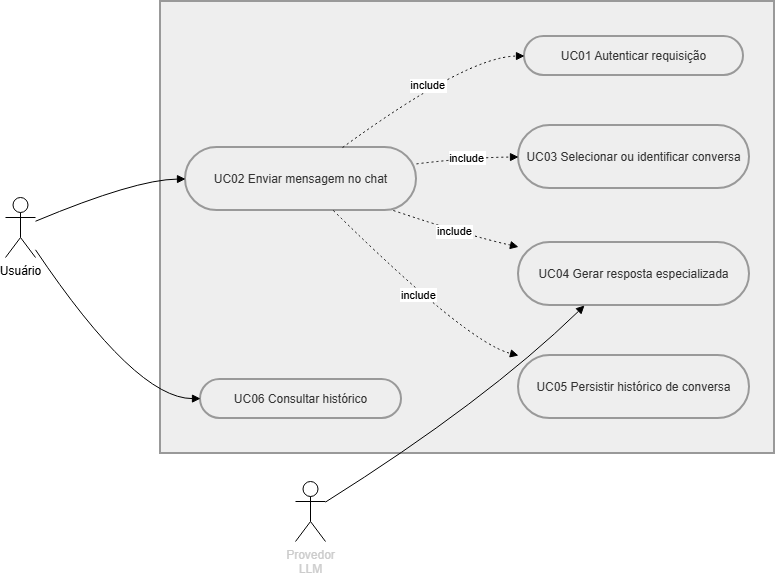
The draw.io diagram docs/img/Diagrama de casos de uso.png in PedroSatoru/ai-chat-agents, before a commit. Source tidied: cells renumbered, new cells last; positions are measured from the earlier drawing's top-left corner, leaving out a move shared by most shapes.
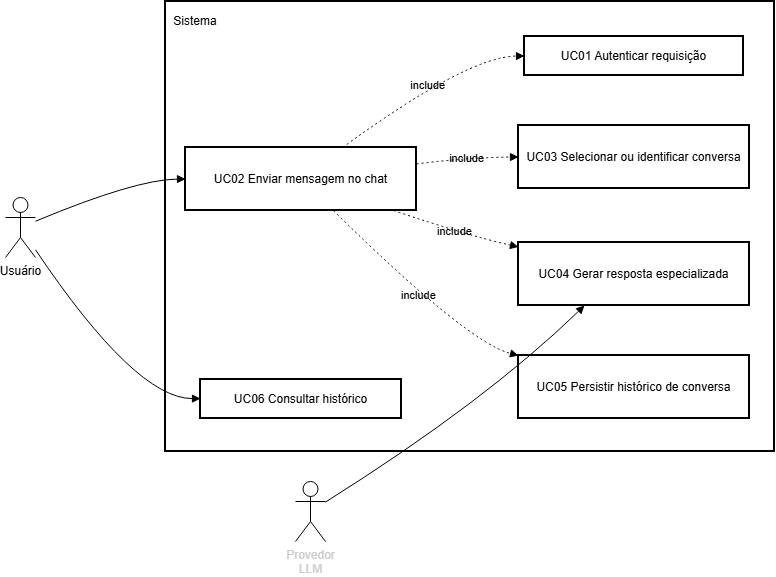
Above is the later version.

The edit, as a diff of the source:
```diff
@@ -1,82 +1,85 @@
-<mxGraphModel>
+<mxGraphModel background="#ffffff">
   <root>
     <mxCell id="0" />
     <mxCell id="1" parent="0" />
-    <mxCell id="2" style="whiteSpace=wrap;strokeWidth=2;fillColor=light-dark(#eeeeee,#1f2020);strokeColor=light-dark(#999999,#cccccc);fontColor=light-dark(#333333,#cccccc);" parent="1" vertex="1">
-      <mxGeometry x="155" width="614" height="452" as="geometry" />
+    <mxCell id="2" style="whiteSpace=wrap;strokeWidth=2;rounded=0;labelBackgroundColor=none;" parent="1" vertex="1">
+      <mxGeometry x="160" width="609" height="450" as="geometry" />
     </mxCell>
-    <mxCell id="3" value="UC01 Autenticar requisição" style="rounded=1;whiteSpace=wrap;arcSize=50;strokeWidth=2;fillColor=light-dark(#eeeeee,#1f2020);strokeColor=light-dark(#999999,#cccccc);fontColor=light-dark(#333333,#cccccc);" parent="1" vertex="1">
+    <mxCell id="3" value="UC01 Autenticar requisição" style="rounded=0;whiteSpace=wrap;arcSize=50;strokeWidth=2;labelBackgroundColor=none;" parent="1" vertex="1">
       <mxGeometry x="519" y="35" width="219" height="39" as="geometry" />
     </mxCell>
-    <mxCell id="4" value="UC02 Enviar mensagem no chat" style="rounded=1;whiteSpace=wrap;arcSize=50;strokeWidth=2;fillColor=light-dark(#eeeeee,#1f2020);strokeColor=light-dark(#999999,#cccccc);fontColor=light-dark(#333333,#cccccc);" parent="1" vertex="1">
+    <mxCell id="4" value="UC02 Enviar mensagem no chat" style="rounded=0;whiteSpace=wrap;arcSize=50;strokeWidth=2;labelBackgroundColor=none;" parent="1" vertex="1">
       <mxGeometry x="180" y="146" width="231" height="63" as="geometry" />
     </mxCell>
-    <mxCell id="5" value="UC03 Selecionar ou identificar conversa" style="rounded=1;whiteSpace=wrap;arcSize=50;strokeWidth=2;fillColor=light-dark(#eeeeee,#1f2020);strokeColor=light-dark(#999999,#cccccc);fontColor=light-dark(#333333,#cccccc);" parent="1" vertex="1">
+    <mxCell id="5" value="UC03 Selecionar ou identificar conversa" style="rounded=0;whiteSpace=wrap;arcSize=50;strokeWidth=2;labelBackgroundColor=none;" parent="1" vertex="1">
       <mxGeometry x="513" y="124" width="231" height="63" as="geometry" />
     </mxCell>
-    <mxCell id="6" value="UC04 Gerar resposta especializada" style="rounded=1;whiteSpace=wrap;arcSize=50;strokeWidth=2;fillColor=light-dark(#eeeeee,#1f2020);strokeColor=light-dark(#999999,#cccccc);fontColor=light-dark(#333333,#cccccc);" parent="1" vertex="1">
+    <mxCell id="6" value="UC04 Gerar resposta especializada" style="rounded=0;whiteSpace=wrap;arcSize=50;strokeWidth=2;labelBackgroundColor=none;" parent="1" vertex="1">
       <mxGeometry x="513" y="241" width="231" height="63" as="geometry" />
     </mxCell>
-    <mxCell id="7" value="UC05 Persistir histórico de conversa" style="rounded=1;whiteSpace=wrap;arcSize=50;strokeWidth=2;fillColor=light-dark(#eeeeee,#1f2020);strokeColor=light-dark(#999999,#cccccc);fontColor=light-dark(#333333,#cccccc);" parent="1" vertex="1">
+    <mxCell id="7" value="UC05 Persistir histórico de conversa" style="rounded=0;whiteSpace=wrap;arcSize=50;strokeWidth=2;labelBackgroundColor=none;" parent="1" vertex="1">
       <mxGeometry x="513" y="354" width="231" height="63" as="geometry" />
     </mxCell>
-    <mxCell id="8" value="UC06 Consultar histórico" style="rounded=1;whiteSpace=wrap;arcSize=50;strokeWidth=2;fillColor=light-dark(#eeeeee,#1f2020);strokeColor=light-dark(#999999,#cccccc);fontColor=light-dark(#333333,#cccccc);" parent="1" vertex="1">
+    <mxCell id="8" value="UC06 Consultar histórico" style="rounded=0;whiteSpace=wrap;arcSize=50;strokeWidth=2;labelBackgroundColor=none;" parent="1" vertex="1">
       <mxGeometry x="195" y="378" width="201" height="39" as="geometry" />
     </mxCell>
-    <mxCell id="9" style="curved=1;startArrow=none;endArrow=block;entryX=0;entryY=0.5;rounded=0;" parent="1" edge="1" source="16" target="4">
+    <mxCell id="9" style="curved=1;startArrow=none;endArrow=block;entryX=0;entryY=0.5;rounded=0;labelBackgroundColor=none;fontColor=default;" parent="1" edge="1" source="16" target="4">
       <mxGeometry relative="1" as="geometry">
         <Array as="points">
           <mxPoint x="130" y="178" />
         </Array>
       </mxGeometry>
     </mxCell>
-    <mxCell id="10" style="curved=1;startArrow=none;endArrow=block;entryX=0;entryY=0.49;rounded=0;" parent="1" edge="1" source="16" target="8">
+    <mxCell id="10" style="curved=1;startArrow=none;endArrow=block;entryX=0;entryY=0.49;rounded=0;labelBackgroundColor=none;fontColor=default;" parent="1" edge="1" source="16" target="8">
       <mxGeometry relative="1" as="geometry">
         <Array as="points">
           <mxPoint x="130" y="397" />
         </Array>
       </mxGeometry>
     </mxCell>
-    <mxCell id="11" style="curved=1;startArrow=none;endArrow=block;entryX=0.29;entryY=0.99;rounded=0;" parent="1" edge="1" source="17" target="6">
+    <mxCell id="11" style="curved=1;startArrow=none;endArrow=block;entryX=0.29;entryY=0.99;rounded=0;labelBackgroundColor=none;fontColor=default;" parent="1" edge="1" source="17" target="6">
       <mxGeometry relative="1" as="geometry">
         <Array as="points">
           <mxPoint x="480" y="400" />
         </Array>
       </mxGeometry>
     </mxCell>
-    <mxCell id="12" value="include" style="curved=1;dashed=1;dashPattern=2 3;startArrow=none;endArrow=block;exitX=0.68;exitY=0;entryX=0;entryY=0.5;rounded=0;" parent="1" edge="1" source="4" target="3">
+    <mxCell id="12" value="include" style="curved=1;dashed=1;dashPattern=2 3;startArrow=none;endArrow=block;exitX=0.68;exitY=0;entryX=0;entryY=0.5;rounded=0;labelBackgroundColor=none;fontColor=default;" parent="1" edge="1" source="4" target="3">
       <mxGeometry relative="1" as="geometry">
         <Array as="points">
           <mxPoint x="462" y="55" />
         </Array>
       </mxGeometry>
     </mxCell>
-    <mxCell id="13" value="include" style="curved=1;dashed=1;dashPattern=2 3;startArrow=none;endArrow=block;exitX=1;exitY=0.26;entryX=0;entryY=0.5;rounded=0;" parent="1" edge="1" source="4" target="5">
+    <mxCell id="13" value="include" style="curved=1;dashed=1;dashPattern=2 3;startArrow=none;endArrow=block;exitX=1;exitY=0.26;entryX=0;entryY=0.5;rounded=0;labelBackgroundColor=none;fontColor=default;" parent="1" edge="1" source="4" target="5">
       <mxGeometry relative="1" as="geometry">
         <Array as="points">
           <mxPoint x="462" y="156" />
         </Array>
       </mxGeometry>
     </mxCell>
-    <mxCell id="14" value="include" style="curved=1;dashed=1;dashPattern=2 3;startArrow=none;endArrow=block;exitX=0.9;exitY=1;entryX=0;entryY=0.07;rounded=0;" parent="1" edge="1" source="4" target="6">
+    <mxCell id="14" value="include" style="curved=1;dashed=1;dashPattern=2 3;startArrow=none;endArrow=block;exitX=0.9;exitY=1;entryX=0;entryY=0.07;rounded=0;labelBackgroundColor=none;fontColor=default;" parent="1" edge="1" source="4" target="6">
       <mxGeometry relative="1" as="geometry">
         <Array as="points">
           <mxPoint x="462" y="234" />
         </Array>
       </mxGeometry>
     </mxCell>
-    <mxCell id="15" value="include" style="curved=1;dashed=1;dashPattern=2 3;startArrow=none;endArrow=block;exitX=0.64;exitY=1;entryX=0;entryY=0;rounded=0;" parent="1" edge="1" source="4" target="7">
+    <mxCell id="15" value="include" style="curved=1;dashed=1;dashPattern=2 3;startArrow=none;endArrow=block;exitX=0.64;exitY=1;entryX=0;entryY=0;rounded=0;labelBackgroundColor=none;fontColor=default;" parent="1" edge="1" source="4" target="7">
       <mxGeometry relative="1" as="geometry">
         <Array as="points">
           <mxPoint x="462" y="341" />
         </Array>
       </mxGeometry>
     </mxCell>
-    <mxCell id="16" value="Usuário" style="shape=umlActor;verticalLabelPosition=bottom;verticalAlign=top;html=1;outlineConnect=0;" parent="1" vertex="1">
+    <mxCell id="16" value="Usuário" style="shape=umlActor;verticalLabelPosition=bottom;verticalAlign=top;html=1;outlineConnect=0;rounded=0;labelBackgroundColor=none;" parent="1" vertex="1">
       <mxGeometry y="196" width="30" height="60" as="geometry" />
     </mxCell>
-    <mxCell id="17" value="&lt;span style=&quot;text-wrap-mode: wrap;&quot;&gt;&lt;font style=&quot;color: light-dark(rgb(204, 204, 204), rgb(255, 255, 255));&quot;&gt;Provedor LLM&lt;/font&gt;&lt;/span&gt;" style="shape=umlActor;verticalLabelPosition=bottom;verticalAlign=top;html=1;outlineConnect=0;" parent="1" vertex="1">
+    <mxCell id="17" value="&lt;span style=&quot;text-wrap-mode: wrap;&quot;&gt;&lt;font style=&quot;color: light-dark(rgb(204, 204, 204), rgb(255, 255, 255));&quot;&gt;Provedor LLM&lt;/font&gt;&lt;/span&gt;" style="shape=umlActor;verticalLabelPosition=bottom;verticalAlign=top;html=1;outlineConnect=0;rounded=0;labelBackgroundColor=none;" parent="1" vertex="1">
       <mxGeometry x="290" y="480" width="30" height="60" as="geometry" />
     </mxCell>
+    <mxCell id="18" value="Sistema" style="text;html=1;whiteSpace=wrap;strokeColor=none;fillColor=none;align=center;verticalAlign=middle;rounded=0;labelBackgroundColor=none;" parent="1" vertex="1">
+      <mxGeometry x="160" y="5" width="60" height="30" as="geometry" />
+    </mxCell>
   </root>
 </mxGraphModel>
```
